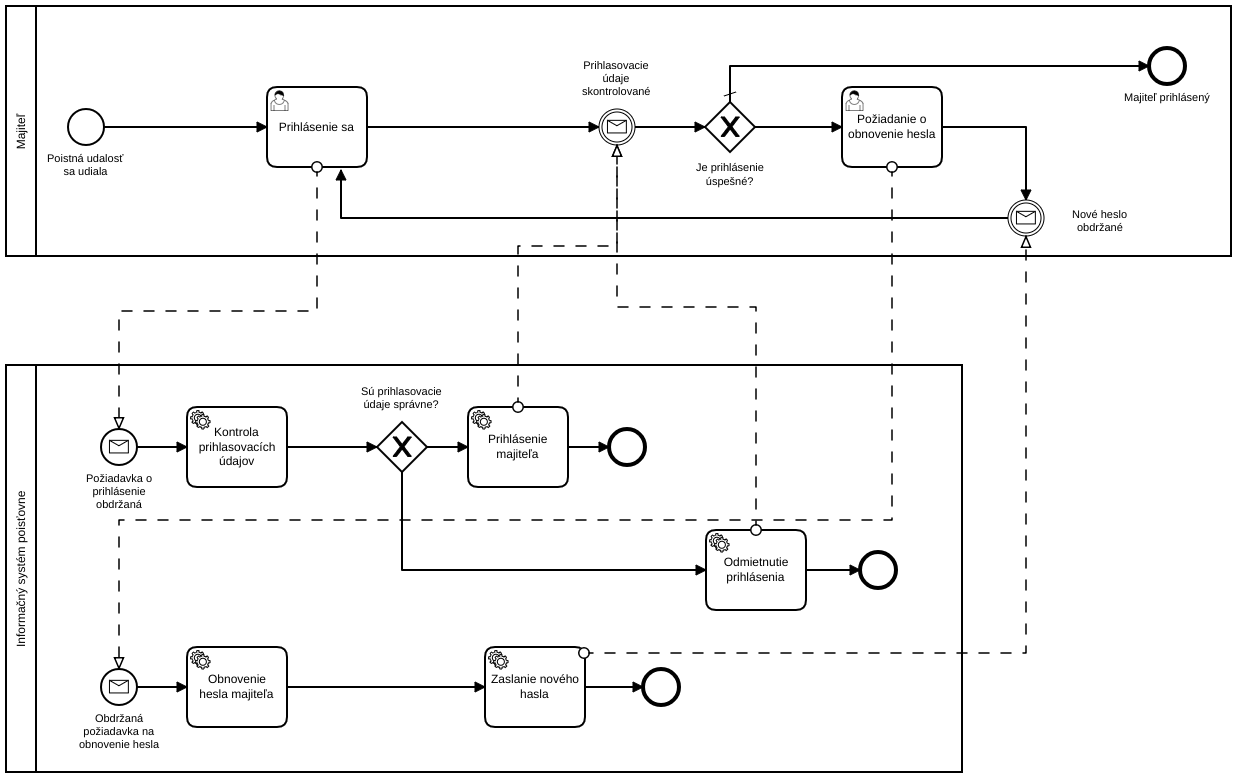
Above: models/bpmn_models/login_diagram.png in tomasMizera/pis-insurance (BPMN), before the change. Its source is kept beside it as models/bpmn_models/login_diagram.bpmn. Ids are renumbered.
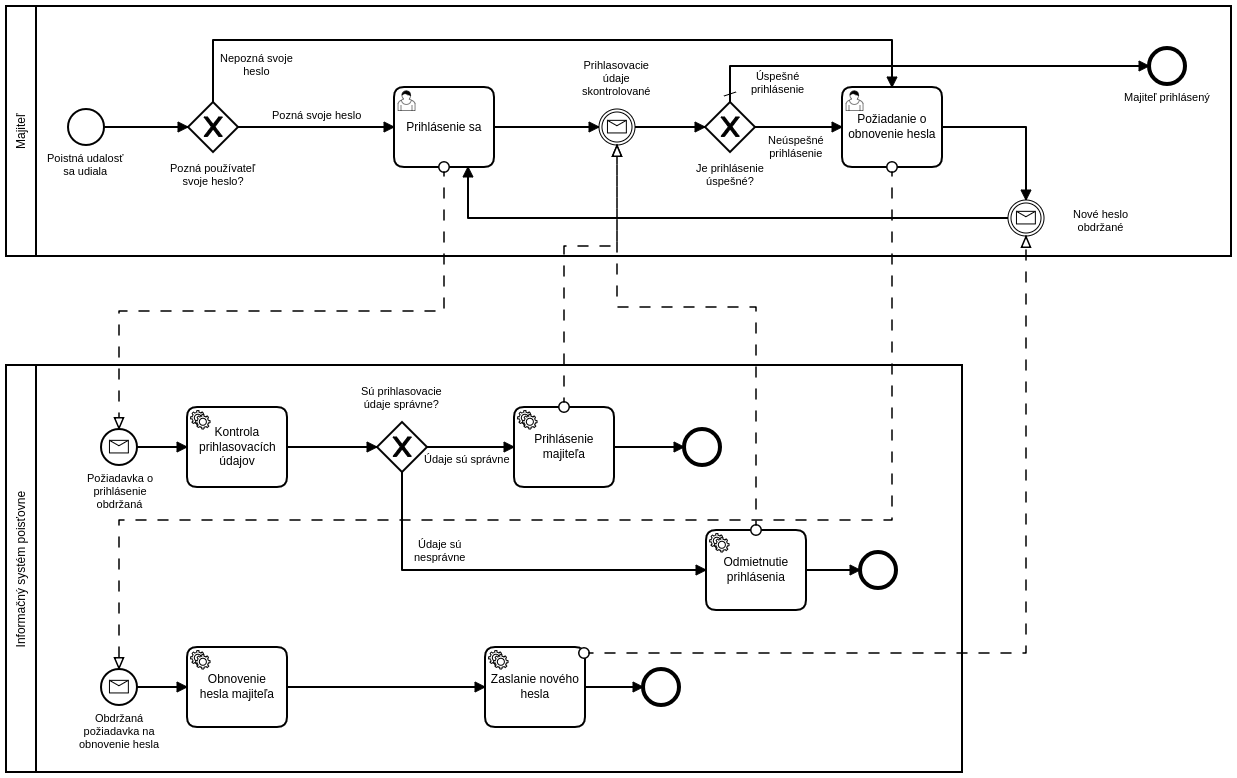
Later version of the same file.

Commit message:
edited bpmn diagrams based on feedback

Diff of the diagram source:
```diff
@@ -10,12 +10,11 @@
   </bpmn:collaboration>
   <bpmn:process id="Process_1" isExecutable="true">
     <bpmn:sequenceFlow id="SequenceFlow_n20" sourceRef="Task_n7" targetRef="IntermediateThrowEvent_n14" />
-    <bpmn:sequenceFlow id="SequenceFlow_n21" sourceRef="StartEvent_n22" targetRef="Task_n7" />
     <bpmn:sequenceFlow id="SequenceFlow_n23" sourceRef="IntermediateThrowEvent_n14" targetRef="ExclusiveGateway_n24" />
-    <bpmn:sequenceFlow id="SequenceFlow_n25" sourceRef="ExclusiveGateway_n24" targetRef="Task_n18" />
+    <bpmn:sequenceFlow id="SequenceFlow_n25" name="Neúspešné prihlásenie" sourceRef="ExclusiveGateway_n24" targetRef="Task_n18" />
     <bpmn:sequenceFlow id="SequenceFlow_n26" sourceRef="Task_n18" targetRef="IntermediateThrowEvent_n11" />
     <bpmn:sequenceFlow id="SequenceFlow_n27" sourceRef="IntermediateThrowEvent_n11" targetRef="Task_n7" />
-    <bpmn:sequenceFlow id="SequenceFlow_n28" sourceRef="ExclusiveGateway_n24" targetRef="IntermediateThrowEvent_n29" />
+    <bpmn:sequenceFlow id="SequenceFlow_n28" name="Úspešné prihlásenie" sourceRef="ExclusiveGateway_n24" targetRef="IntermediateThrowEvent_n29" />
     <bpmn:intermediateCatchEvent id="IntermediateThrowEvent_n11" name="Nové heslo obdržané">
       <bpmn:incoming>SequenceFlow_n26</bpmn:incoming>
       <bpmn:outgoing>SequenceFlow_n27</bpmn:outgoing>
@@ -36,16 +35,25 @@
     </bpmn:exclusiveGateway>
     <bpmn:userTask id="Task_n18" name="Požiadanie o obnovenie hesla">
       <bpmn:incoming>SequenceFlow_n25</bpmn:incoming>
+      <bpmn:incoming>SequenceFlow_n45</bpmn:incoming>
       <bpmn:outgoing>SequenceFlow_n26</bpmn:outgoing>
     </bpmn:userTask>
+    <bpmn:startEvent id="StartEvent_n22" name="Poistná udalosť sa udiala">
+      <bpmn:outgoing>SequenceFlow_n46</bpmn:outgoing>
+    </bpmn:startEvent>
+    <bpmn:sequenceFlow id="SequenceFlow_n46" sourceRef="StartEvent_n22" targetRef="ExclusiveGateway_n47" />
+    <bpmn:exclusiveGateway id="ExclusiveGateway_n47" name="Pozná používateľ svoje heslo?">
+      <bpmn:incoming>SequenceFlow_n46</bpmn:incoming>
+      <bpmn:outgoing>SequenceFlow_n48</bpmn:outgoing>
+      <bpmn:outgoing>SequenceFlow_n45</bpmn:outgoing>
+    </bpmn:exclusiveGateway>
     <bpmn:userTask id="Task_n7" name="Prihlásenie sa">
       <bpmn:incoming>SequenceFlow_n27</bpmn:incoming>
-      <bpmn:incoming>SequenceFlow_n21</bpmn:incoming>
+      <bpmn:incoming>SequenceFlow_n48</bpmn:incoming>
       <bpmn:outgoing>SequenceFlow_n20</bpmn:outgoing>
     </bpmn:userTask>
-    <bpmn:startEvent id="StartEvent_n22" name="Poistná udalosť sa udiala">
-      <bpmn:outgoing>SequenceFlow_n21</bpmn:outgoing>
-    </bpmn:startEvent>
+    <bpmn:sequenceFlow id="SequenceFlow_n48" name="Pozná svoje heslo" sourceRef="ExclusiveGateway_n47" targetRef="Task_n7" />
+    <bpmn:sequenceFlow id="SequenceFlow_n45" name="Nepozná svoje heslo" sourceRef="ExclusiveGateway_n47" targetRef="Task_n18" />
   </bpmn:process>
   <bpmn:process id="Process_n5" isExecutable="false">
     <bpmn:serviceTask id="Task_n30" name="Kontrola prihlasovacích údajov">
@@ -68,18 +76,15 @@
       <bpmn:outgoing>SequenceFlow_n31</bpmn:outgoing>
       <bpmn:messageEventDefinition />
     </bpmn:startEvent>
-    <bpmn:sequenceFlow id="SequenceFlow_n34" sourceRef="ExclusiveGateway_n33" targetRef="Task_n13" />
+    <bpmn:sequenceFlow id="SequenceFlow_n34" name="Údaje sú správne" sourceRef="ExclusiveGateway_n33" targetRef="Task_n13" />
     <bpmn:sequenceFlow id="SequenceFlow_n38" sourceRef="Task_n36" targetRef="Task_n10" />
     <bpmn:sequenceFlow id="SequenceFlow_n39" sourceRef="Task_n10" targetRef="EndEvent_n40" />
     <bpmn:sequenceFlow id="SequenceFlow_n41" sourceRef="Task_n13" targetRef="EndEvent_n42" />
-    <bpmn:sequenceFlow id="SequenceFlow_n35" sourceRef="ExclusiveGateway_n33" targetRef="Task_n16" />
+    <bpmn:sequenceFlow id="SequenceFlow_n35" name="Údaje sú nesprávne" sourceRef="ExclusiveGateway_n33" targetRef="Task_n16" />
     <bpmn:startEvent id="IntermediateThrowEvent_n19" name="Obdržaná požiadavka na obnovenie hesla">
       <bpmn:outgoing>SequenceFlow_n37</bpmn:outgoing>
       <bpmn:messageEventDefinition />
     </bpmn:startEvent>
-    <bpmn:endEvent id="EndEvent_n42">
-      <bpmn:incoming>SequenceFlow_n41</bpmn:incoming>
-    </bpmn:endEvent>
     <bpmn:endEvent id="EndEvent_n40">
       <bpmn:incoming>SequenceFlow_n39</bpmn:incoming>
     </bpmn:endEvent>
@@ -87,11 +92,7 @@
     <bpmn:endEvent id="EndEvent_n44">
       <bpmn:incoming>SequenceFlow_n43</bpmn:incoming>
     </bpmn:endEvent>
-    <bpmn:serviceTask id="Task_n13" name="Prihlásenie majiteľa">
-      <bpmn:incoming>SequenceFlow_n34</bpmn:incoming>
-      <bpmn:outgoing>SequenceFlow_n41</bpmn:outgoing>
-    </bpmn:serviceTask>
-    <bpmn:serviceTask id="Task_n10" name="Zaslanie nového hasla">
+    <bpmn:serviceTask id="Task_n10" name="Zaslanie nového hesla">
       <bpmn:incoming>SequenceFlow_n38</bpmn:incoming>
       <bpmn:outgoing>SequenceFlow_n39</bpmn:outgoing>
     </bpmn:serviceTask>
@@ -99,6 +100,13 @@
       <bpmn:incoming>SequenceFlow_n35</bpmn:incoming>
       <bpmn:outgoing>SequenceFlow_n43</bpmn:outgoing>
     </bpmn:serviceTask>
+    <bpmn:serviceTask id="Task_n13" name="Prihlásenie majiteľa">
+      <bpmn:incoming>SequenceFlow_n34</bpmn:incoming>
+      <bpmn:outgoing>SequenceFlow_n41</bpmn:outgoing>
+    </bpmn:serviceTask>
+    <bpmn:endEvent id="EndEvent_n42">
+      <bpmn:incoming>SequenceFlow_n41</bpmn:incoming>
+    </bpmn:endEvent>
   </bpmn:process>
   <bpmndi:BPMNDiagram id="BPMNDiagram_1">
     <bpmndi:BPMNPlane id="BPMNPlane_1" bpmnElement="Collaboration_n2">
@@ -111,16 +119,12 @@
           <dc:Bounds x="42" y="181" width="78" height="27" />
         </bpmndi:BPMNLabel>
       </bpmndi:BPMNShape>
-      <bpmndi:BPMNEdge id="SequenceFlow_n21_di" bpmnElement="SequenceFlow_n21">
-        <di:waypoint x="99" y="156" />
-        <di:waypoint x="262" y="156" />
-      </bpmndi:BPMNEdge>
       <bpmndi:BPMNShape id="Participant_n4_di" bpmnElement="Participant_n4">
         <dc:Bounds x="1" y="394" width="956" height="407" />
       </bpmndi:BPMNShape>
       <bpmndi:BPMNEdge id="MessageFlow_n6_di" bpmnElement="MessageFlow_n6">
-        <di:waypoint x="312" y="196" />
-        <di:waypoint x="312" y="340" />
+        <di:waypoint x="439" y="196" />
+        <di:waypoint x="439" y="340" />
         <di:waypoint x="114" y="340" />
         <di:waypoint x="114" y="458" />
       </bpmndi:BPMNEdge>
@@ -142,7 +146,7 @@
         <dc:Bounds x="182" y="436" width="100" height="80" />
       </bpmndi:BPMNShape>
       <bpmndi:BPMNEdge id="SequenceFlow_n20_di" bpmnElement="SequenceFlow_n20">
-        <di:waypoint x="362" y="156" />
+        <di:waypoint x="489" y="156" />
         <di:waypoint x="594" y="156" />
       </bpmndi:BPMNEdge>
       <bpmndi:BPMNShape id="IntermediateCatchEvent_05vd2t0_di" bpmnElement="IntermediateThrowEvent_n14">
@@ -164,6 +168,9 @@
       <bpmndi:BPMNEdge id="SequenceFlow_n25_di" bpmnElement="SequenceFlow_n25">
         <di:waypoint x="750" y="156" />
         <di:waypoint x="837" y="156" />
+        <bpmndi:BPMNLabel>
+          <dc:Bounds x="763" y="163" width="56" height="27" />
+        </bpmndi:BPMNLabel>
       </bpmndi:BPMNEdge>
       <bpmndi:BPMNEdge id="SequenceFlow_n26_di" bpmnElement="SequenceFlow_n26">
         <di:waypoint x="937" y="156" />
@@ -172,13 +179,16 @@
       </bpmndi:BPMNEdge>
       <bpmndi:BPMNEdge id="SequenceFlow_n27_di" bpmnElement="SequenceFlow_n27">
         <di:waypoint x="1003" y="247" />
-        <di:waypoint x="336" y="247" />
-        <di:waypoint x="336" y="199" />
+        <di:waypoint x="463" y="247" />
+        <di:waypoint x="463" y="196" />
       </bpmndi:BPMNEdge>
       <bpmndi:BPMNEdge id="SequenceFlow_n28_di" bpmnElement="SequenceFlow_n28">
         <di:waypoint x="725" y="131" />
         <di:waypoint x="725" y="95" />
         <di:waypoint x="1144" y="95" />
+        <bpmndi:BPMNLabel>
+          <dc:Bounds x="746" y="99" width="54" height="27" />
+        </bpmndi:BPMNLabel>
       </bpmndi:BPMNEdge>
       <bpmndi:BPMNEdge id="SequenceFlow_n37_di" bpmnElement="SequenceFlow_n37">
         <di:waypoint x="132" y="716" />
@@ -206,7 +216,10 @@
       </bpmndi:BPMNShape>
       <bpmndi:BPMNEdge id="SequenceFlow_n34_di" bpmnElement="SequenceFlow_n34">
         <di:waypoint x="422" y="476" />
-        <di:waypoint x="463" y="476" />
+        <di:waypoint x="509" y="476" />
+        <bpmndi:BPMNLabel>
+          <dc:Bounds x="419" y="482" width="86" height="14" />
+        </bpmndi:BPMNLabel>
       </bpmndi:BPMNEdge>
       <bpmndi:BPMNShape id="EndEvent_1hdqxq3_di" bpmnElement="IntermediateThrowEvent_n29">
         <dc:Bounds x="1144" y="77" width="36" height="36" />
@@ -218,7 +231,7 @@
         <dc:Bounds x="837" y="116" width="100" height="80" />
       </bpmndi:BPMNShape>
       <bpmndi:BPMNShape id="UserTask_0daudfo_di" bpmnElement="Task_n7">
-        <dc:Bounds x="262" y="116" width="100" height="80" />
+        <dc:Bounds x="389" y="116" width="100" height="80" />
       </bpmndi:BPMNShape>
       <bpmndi:BPMNEdge id="SequenceFlow_n38_di" bpmnElement="SequenceFlow_n38">
         <di:waypoint x="282" y="716" />
@@ -229,17 +242,20 @@
         <di:waypoint x="638" y="716" />
       </bpmndi:BPMNEdge>
       <bpmndi:BPMNEdge id="SequenceFlow_n41_di" bpmnElement="SequenceFlow_n41">
-        <di:waypoint x="563" y="476" />
-        <di:waypoint x="604" y="476" />
+        <di:waypoint x="609" y="476" />
+        <di:waypoint x="679" y="476" />
       </bpmndi:BPMNEdge>
       <bpmndi:BPMNEdge id="SequenceFlow_n35_di" bpmnElement="SequenceFlow_n35">
         <di:waypoint x="397" y="501" />
         <di:waypoint x="397" y="599" />
         <di:waypoint x="701" y="599" />
+        <bpmndi:BPMNLabel>
+          <dc:Bounds x="409" y="567" width="52" height="27" />
+        </bpmndi:BPMNLabel>
       </bpmndi:BPMNEdge>
       <bpmndi:BPMNEdge id="MessageFlow_n12_di" bpmnElement="MessageFlow_n12">
-        <di:waypoint x="513" y="436" />
-        <di:waypoint x="513" y="275" />
+        <di:waypoint x="559" y="436" />
+        <di:waypoint x="559" y="275" />
         <di:waypoint x="612" y="275" />
         <di:waypoint x="612" y="174" />
       </bpmndi:BPMNEdge>
@@ -262,7 +278,7 @@
         <di:waypoint x="114" y="698" />
       </bpmndi:BPMNEdge>
       <bpmndi:BPMNShape id="EndEvent_0e6ehiv_di" bpmnElement="EndEvent_n42">
-        <dc:Bounds x="604" y="458" width="36" height="36" />
+        <dc:Bounds x="679" y="458" width="36" height="36" />
       </bpmndi:BPMNShape>
       <bpmndi:BPMNShape id="EndEvent_0ef9q0p_di" bpmnElement="EndEvent_n40">
         <dc:Bounds x="638" y="698" width="36" height="36" />
@@ -275,7 +291,7 @@
         <dc:Bounds x="855" y="581" width="36" height="36" />
       </bpmndi:BPMNShape>
       <bpmndi:BPMNShape id="ServiceTask_1ltpyi4_di" bpmnElement="Task_n13">
-        <dc:Bounds x="463" y="436" width="100" height="80" />
+        <dc:Bounds x="509" y="436" width="100" height="80" />
       </bpmndi:BPMNShape>
       <bpmndi:BPMNShape id="ServiceTask_1n7d038_di" bpmnElement="Task_n10">
         <dc:Bounds x="480" y="676" width="100" height="80" />
@@ -283,6 +299,32 @@
       <bpmndi:BPMNShape id="ServiceTask_1ec514d_di" bpmnElement="Task_n16">
         <dc:Bounds x="701" y="559" width="100" height="80" />
       </bpmndi:BPMNShape>
+      <bpmndi:BPMNShape id="ExclusiveGateway_n47_di" bpmnElement="ExclusiveGateway_n47" isMarkerVisible="true">
+        <dc:Bounds x="183" y="131" width="50" height="50" />
+        <bpmndi:BPMNLabel>
+          <dc:Bounds x="165" y="191" width="86" height="27" />
+        </bpmndi:BPMNLabel>
+      </bpmndi:BPMNShape>
+      <bpmndi:BPMNEdge id="SequenceFlow_n46_di" bpmnElement="SequenceFlow_n46">
+        <di:waypoint x="99" y="156" />
+        <di:waypoint x="183" y="156" />
+      </bpmndi:BPMNEdge>
+      <bpmndi:BPMNEdge id="SequenceFlow_n48_di" bpmnElement="SequenceFlow_n48">
+        <di:waypoint x="233" y="156" />
+        <di:waypoint x="389" y="156" />
+        <bpmndi:BPMNLabel>
+          <dc:Bounds x="267" y="138" width="90" height="14" />
+        </bpmndi:BPMNLabel>
+      </bpmndi:BPMNEdge>
+      <bpmndi:BPMNEdge id="SequenceFlow_n45_di" bpmnElement="SequenceFlow_n45">
+        <di:waypoint x="208" y="131" />
+        <di:waypoint x="208" y="69" />
+        <di:waypoint x="887" y="69" />
+        <di:waypoint x="887" y="116" />
+        <bpmndi:BPMNLabel>
+          <dc:Bounds x="215" y="81" width="73" height="27" />
+        </bpmndi:BPMNLabel>
+      </bpmndi:BPMNEdge>
     </bpmndi:BPMNPlane>
   </bpmndi:BPMNDiagram>
 </bpmn:definitions>
```
